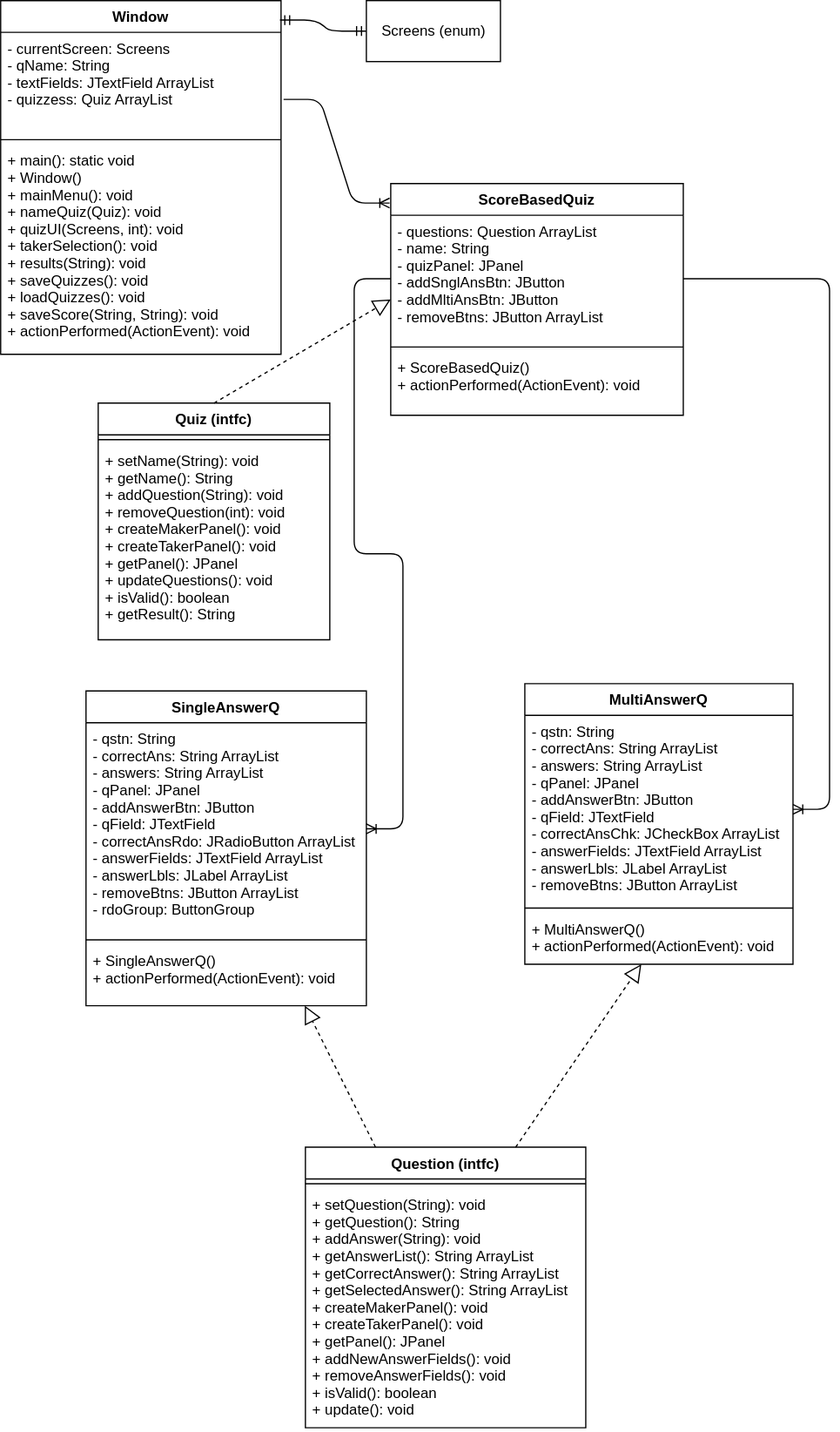
MasonSanders/Quiz-Maker-Taker keeps this draw.io diagram as Quiz-Maker-Taker/Quiz-Maker-Taker UML.svg. Above is the earlier version. Source tidied: cells renumbered, new cells last; positions are measured from the earlier drawing's top-left corner, leaving out a move shared by most shapes.
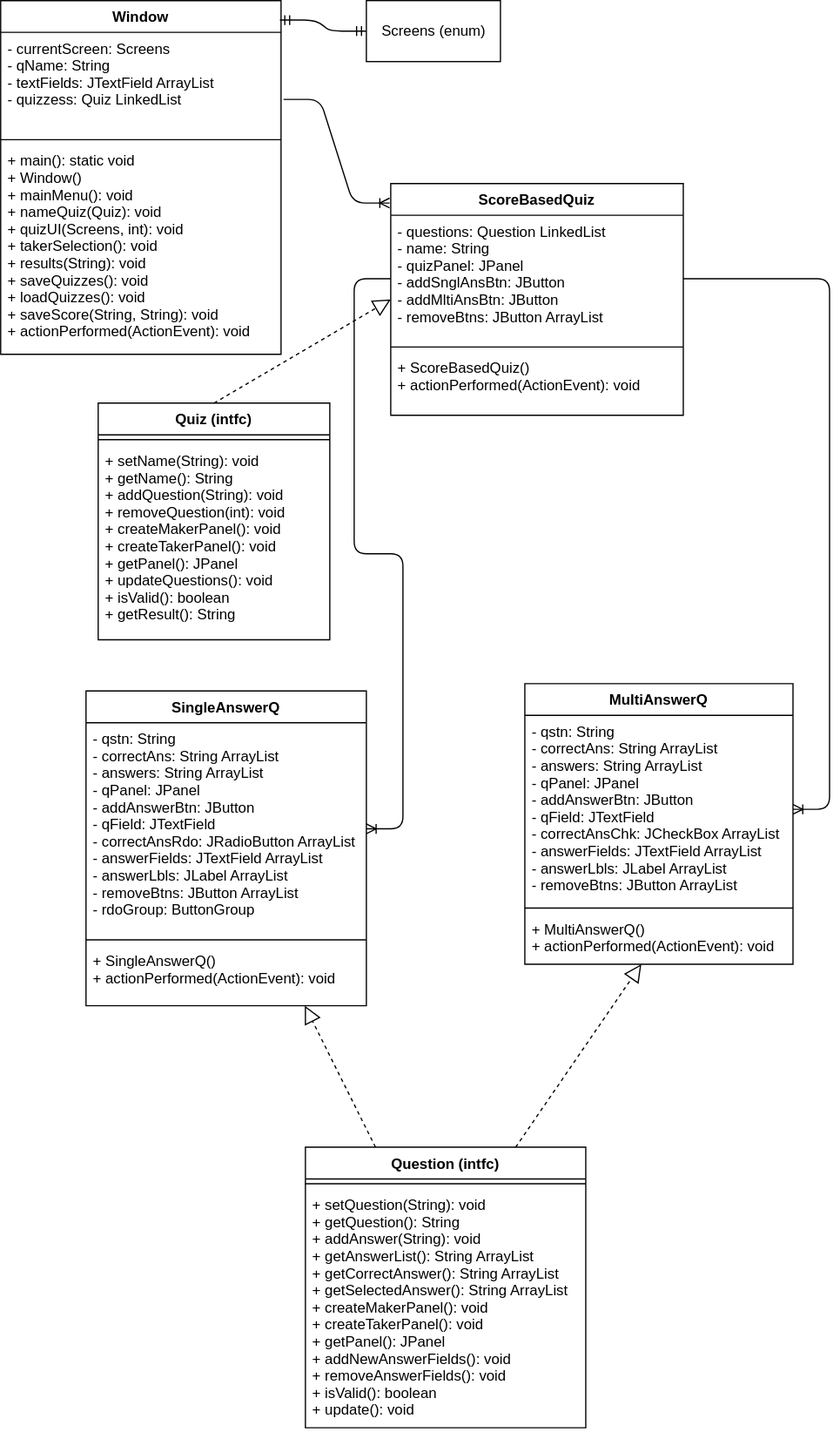
Later version of the same file.

Commit message:
Algorithm added, Using LinkedLists for quizzes and questions now

Diff of the diagram source:
```diff
@@ -5,7 +5,7 @@
     <mxCell id="2" value="Window" style="swimlane;fontStyle=1;align=center;verticalAlign=top;horizontal=1;startSize=26;" parent="1" vertex="1">
       <mxGeometry width="230" height="290" as="geometry" />
     </mxCell>
-    <mxCell id="3" value="- currentScreen: Screens&#10;- qName: String&#10;- textFields: JTextField ArrayList&#10;- quizzess: Quiz ArrayList" style="text;strokeColor=none;fillColor=none;align=left;verticalAlign=top;spacingLeft=4;spacingRight=4;overflow=hidden;points=[[0,0.5],[1,0.5]];portConstraint=eastwest;" parent="2" vertex="1">
+    <mxCell id="3" value="- currentScreen: Screens&#10;- qName: String&#10;- textFields: JTextField ArrayList&#10;- quizzess: Quiz LinkedList" style="text;strokeColor=none;fillColor=none;align=left;verticalAlign=top;spacingLeft=4;spacingRight=4;overflow=hidden;points=[[0,0.5],[1,0.5]];portConstraint=eastwest;" parent="2" vertex="1">
       <mxGeometry y="26" width="230" height="84" as="geometry" />
     </mxCell>
     <mxCell id="4" style="line;strokeWidth=1;fillColor=none;align=left;verticalAlign=middle;spacingTop=-1;spacingLeft=3;spacingRight=3;labelPosition=right;" parent="2" vertex="1">
@@ -29,7 +29,7 @@
     <mxCell id="10" value="ScoreBasedQuiz" style="swimlane;fontStyle=1;align=center;verticalAlign=top;horizontal=1;startSize=26;" parent="1" vertex="1">
       <mxGeometry x="320" y="150" width="240" height="190" as="geometry" />
     </mxCell>
-    <mxCell id="11" value="- questions: Question ArrayList&#10;- name: String&#10;- quizPanel: JPanel&#10;- addSnglAnsBtn: JButton&#10;- addMltiAnsBtn: JButton&#10;- removeBtns: JButton ArrayList" style="text;strokeColor=none;fillColor=none;align=left;verticalAlign=top;spacingLeft=4;spacingRight=4;overflow=hidden;points=[[0,0.5],[1,0.5]];portConstraint=eastwest;" parent="10" vertex="1">
+    <mxCell id="11" value="- questions: Question LinkedList&#10;- name: String&#10;- quizPanel: JPanel&#10;- addSnglAnsBtn: JButton&#10;- addMltiAnsBtn: JButton&#10;- removeBtns: JButton ArrayList" style="text;strokeColor=none;fillColor=none;align=left;verticalAlign=top;spacingLeft=4;spacingRight=4;overflow=hidden;points=[[0,0.5],[1,0.5]];portConstraint=eastwest;" parent="10" vertex="1">
       <mxGeometry y="26" width="240" height="104" as="geometry" />
     </mxCell>
     <mxCell id="12" style="line;strokeWidth=1;fillColor=none;align=left;verticalAlign=middle;spacingTop=-1;spacingLeft=3;spacingRight=3;labelPosition=right;" parent="10" vertex="1">
```
